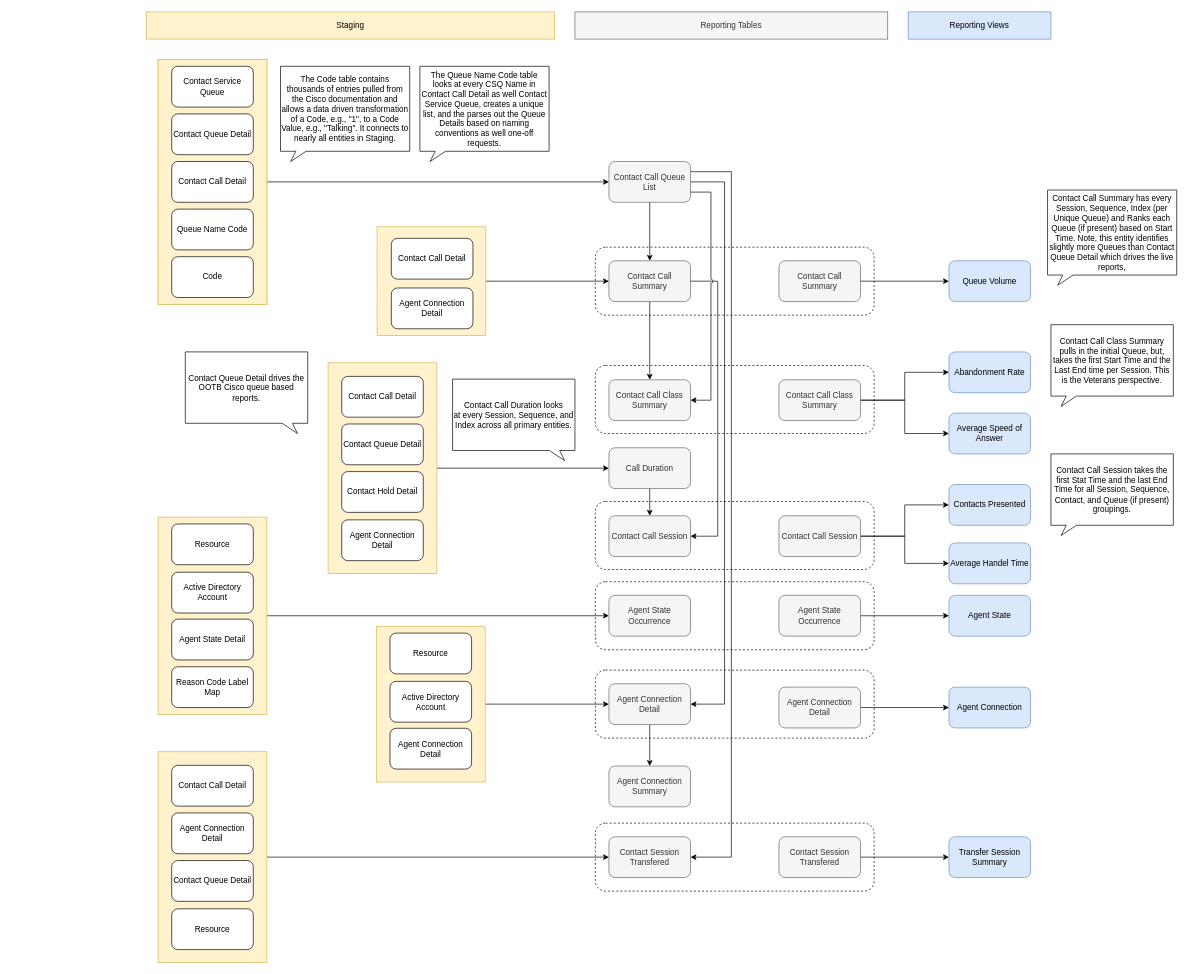
This is Department of Veteran Affairs/Data Lineage.drawio from dataacumen/da-architectural-diagrams, a draw.io file, before an edit. Source tidied: cells renumbered, new cells numbered last; positions are measured from the earlier drawing's top-left corner, leaving out a move shared by most shapes. Both pictures are drawn from the tidied source at 68%, with x=0, y=0 at pixel (146, 12).
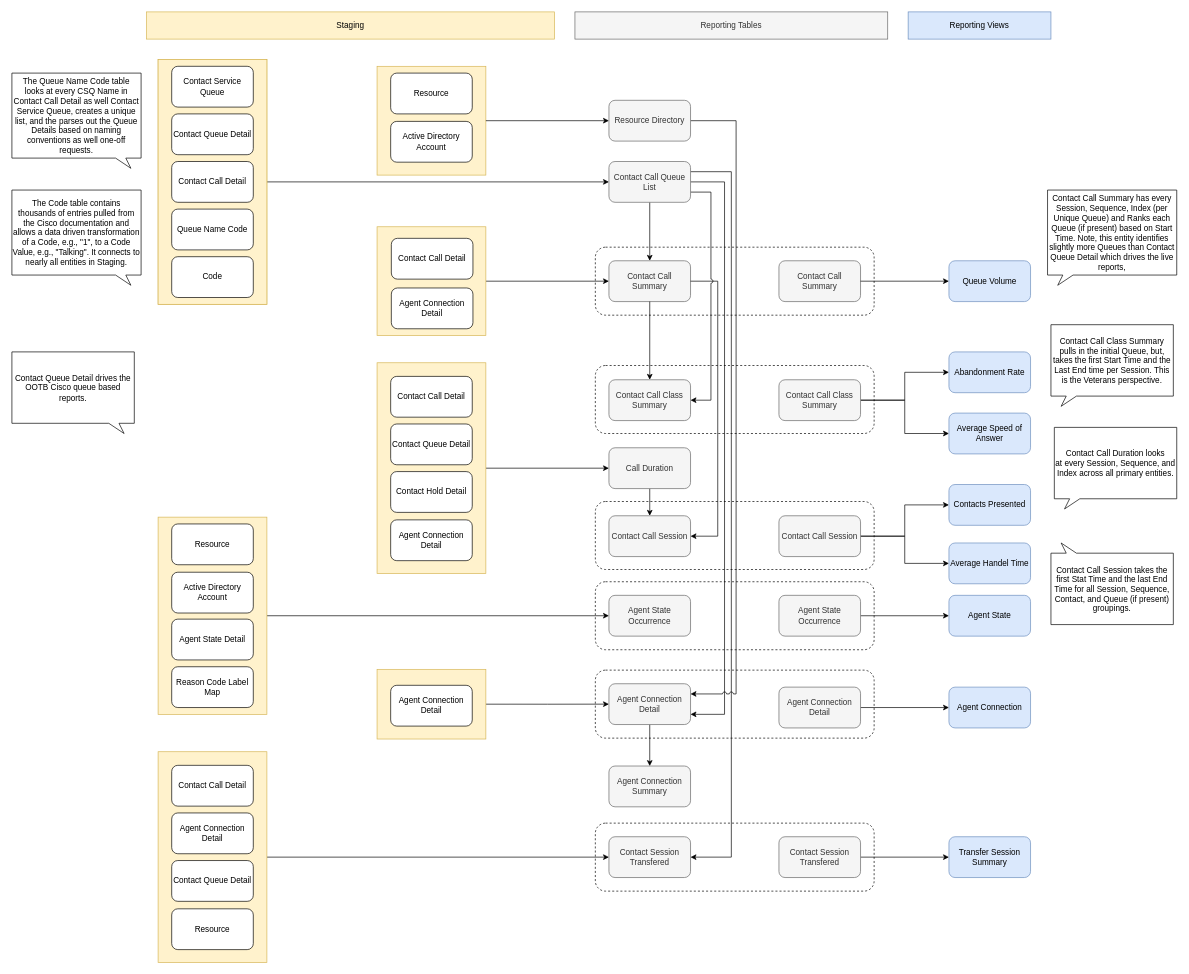
Above is the later version.

Unchanged cells that the change refers to:
```xml
<mxCell id="30" value="Contact Call Queue List" style="rounded=1;whiteSpace=wrap;html=1;fillColor=#f5f5f5;fontColor=#333333;strokeColor=#666666;" parent="1" vertex="1">
  <mxGeometry x="680" y="220" width="120" height="60" as="geometry" />
</mxCell>
<mxCell id="37" value="Agent Connection Detail" style="rounded=1;whiteSpace=wrap;html=1;fillColor=#f5f5f5;fontColor=#333333;strokeColor=#666666;" parent="1" vertex="1">
  <mxGeometry x="680" y="988" width="120" height="60" as="geometry" />
</mxCell>
```

The edit, as a diff of the source:
```diff
@@
-    <mxCell id="24" value="Contact Call Duration looks at&amp;nbsp;every Session, Sequence, and Index across all primary entities." style="whiteSpace=wrap;html=1;shape=mxgraph.basic.rectCallout;dx=30;dy=15;boundedLbl=1;flipH=1;" parent="1" vertex="1">
-      <mxGeometry x="450" y="540" width="180" height="120" as="geometry" />
+    <mxCell id="24" value="Contact Call Duration looks at&amp;nbsp;every Session, Sequence, and Index across all primary entities." style="whiteSpace=wrap;html=1;shape=mxgraph.basic.rectCallout;dx=30;dy=15;boundedLbl=1;flipH=0;flipV=0;" parent="1" vertex="1">
+      <mxGeometry x="1335" y="611" width="180" height="120" as="geometry" />
     </mxCell>
-    <mxCell id="25" value="The Code table contains thousands of entries pulled from the Cisco documentation and allows a data driven transformation of a Code, e.g., &quot;1&quot;, to a Code Value, e.g., &quot;Talking&quot;. It connects to nearly all entities in Staging." style="whiteSpace=wrap;html=1;shape=mxgraph.basic.rectCallout;dx=30;dy=15;boundedLbl=1;flipH=0;" parent="1" vertex="1">
-      <mxGeometry x="197" y="80" width="190" height="140" as="geometry" />
+    <mxCell id="25" value="The Code table contains thousands of entries pulled from the Cisco documentation and allows a data driven transformation of a Code, e.g., &quot;1&quot;, to a Code Value, e.g., &quot;Talking&quot;. It connects to nearly all entities in Staging." style="whiteSpace=wrap;html=1;shape=mxgraph.basic.rectCallout;dx=30;dy=15;boundedLbl=1;flipH=1;" parent="1" vertex="1">
+      <mxGeometry x="-198" y="262" width="190" height="140" as="geometry" />
     </mxCell>
@@
-    <mxCell id="28" style="edgeStyle=orthogonalEdgeStyle;rounded=0;jumpStyle=arc;jettySize=auto;html=1;exitX=1;exitY=0.5;exitDx=0;exitDy=0;entryX=1;entryY=0.5;entryDx=0;entryDy=0;" parent="1" edge="1" source="30" target="37">
+    <mxCell id="28" style="edgeStyle=orthogonalEdgeStyle;rounded=0;jumpStyle=arc;jettySize=auto;html=1;exitX=1;exitY=0.5;exitDx=0;exitDy=0;entryX=1;entryY=0.75;entryDx=0;entryDy=0;" parent="1" edge="1" source="30" target="37">
       <mxGeometry relative="1" as="geometry">
         <Array as="points">
           <mxPoint x="850" y="250" />
-          <mxPoint x="850" y="1018" />
+          <mxPoint x="850" y="1033" />
         </Array>
       </mxGeometry>
     </mxCell>
@@
-    <mxCell id="31" value="The Queue Name Code table looks at every CSQ Name in Contact Call Detail as well Contact Service Queue, creates a unique list, and the parses out the Queue Details based on naming conventions as well one-off requests." style="whiteSpace=wrap;html=1;shape=mxgraph.basic.rectCallout;dx=30;dy=15;boundedLbl=1;flipH=0;" parent="1" vertex="1">
-      <mxGeometry x="402" y="80" width="190" height="140" as="geometry" />
+    <mxCell id="31" value="The Queue Name Code table looks at every CSQ Name in Contact Call Detail as well Contact Service Queue, creates a unique list, and the parses out the Queue Details based on naming conventions as well one-off requests." style="whiteSpace=wrap;html=1;shape=mxgraph.basic.rectCallout;dx=30;dy=15;boundedLbl=1;flipH=1;flipV=0;" parent="1" vertex="1">
+      <mxGeometry x="-198" y="90" width="190" height="140" as="geometry" />
     </mxCell>
@@
-    <mxCell id="33" value="Contact Call Session takes the first Stat Time and the last End Time for all Session, Sequence, Contact, and Queue (if present) groupings." style="whiteSpace=wrap;html=1;shape=mxgraph.basic.rectCallout;dx=30;dy=15;boundedLbl=1;" parent="1" vertex="1">
-      <mxGeometry x="1330" y="650" width="180" height="120" as="geometry" />
+    <mxCell id="33" value="Contact Call Session takes the first Stat Time and the last End Time for all Session, Sequence, Contact, and Queue (if present) groupings." style="whiteSpace=wrap;html=1;shape=mxgraph.basic.rectCallout;dx=30;dy=15;boundedLbl=1;flipV=1;" parent="1" vertex="1">
+      <mxGeometry x="1330" y="781" width="180" height="120" as="geometry" />
     </mxCell>
@@
     <mxCell id="63" style="group;" parent="1" vertex="1">
-      <mxGeometry x="267" y="516" width="160" height="310" as="geometry" />
+      <mxGeometry x="339" y="516" width="160" height="310" as="geometry" />
     </mxCell>
@@
-    <mxCell id="75" style="group;" parent="1" vertex="1">
-      <mxGeometry x="338" y="903.5" width="160" height="229" as="geometry" />
-    </mxCell>
-    <mxCell id="76" style="rounded=0;whiteSpace=wrap;html=1;fillColor=#fff2cc;strokeColor=#d6b656;" parent="75" vertex="1">
-      <mxGeometry width="160" height="229" as="geometry" />
-    </mxCell>
-    <mxCell id="77" value="Agent Connection Detail" style="rounded=1;whiteSpace=wrap;html=1;" parent="75" vertex="1">
-      <mxGeometry x="20" y="150" width="120" height="60" as="geometry" />
-    </mxCell>
-    <mxCell id="78" value="Active Directory Account" style="rounded=1;whiteSpace=wrap;html=1;" parent="75" vertex="1">
-      <mxGeometry x="20" y="81" width="120" height="60" as="geometry" />
-    </mxCell>
-    <mxCell id="79" value="Resource" style="rounded=1;whiteSpace=wrap;html=1;" parent="75" vertex="1">
-      <mxGeometry x="20" y="10" width="120" height="60" as="geometry" />
-    </mxCell>
@@
     <mxCell id="98" value="Contact Queue Detail drives the OOTB Cisco queue based reports." style="whiteSpace=wrap;html=1;shape=mxgraph.basic.rectCallout;dx=30;dy=15;boundedLbl=1;flipH=1;" parent="1" vertex="1">
-      <mxGeometry x="57" y="500" width="180" height="120" as="geometry" />
+      <mxGeometry x="-198" y="500" width="180" height="120" as="geometry" />
     </mxCell>
+    <mxCell id="99" style="group;" parent="1" vertex="1">
+      <mxGeometry x="339" y="80" width="160" height="160" as="geometry" />
+    </mxCell>
+    <mxCell id="100" style="rounded=0;whiteSpace=wrap;html=1;fillColor=#fff2cc;strokeColor=#d6b656;" parent="99" vertex="1">
+      <mxGeometry width="160" height="160" as="geometry" />
+    </mxCell>
+    <mxCell id="78" value="Active Directory Account" style="rounded=1;whiteSpace=wrap;html=1;" parent="99" vertex="1">
+      <mxGeometry x="20" y="81" width="120" height="60" as="geometry" />
+    </mxCell>
+    <mxCell id="79" value="Resource" style="rounded=1;whiteSpace=wrap;html=1;" parent="99" vertex="1">
+      <mxGeometry x="20" y="10" width="120" height="60" as="geometry" />
+    </mxCell>
+    <mxCell id="101" style="edgeStyle=orthogonalEdgeStyle;rounded=0;jettySize=auto;html=1;exitX=1;exitY=0.5;exitDx=0;exitDy=0;entryX=1;entryY=0.25;entryDx=0;entryDy=0;jumpStyle=arc;" parent="1" edge="1" source="102" target="37">
+      <mxGeometry relative="1" as="geometry">
+        <Array as="points">
+          <mxPoint x="867" y="160" />
+          <mxPoint x="867" y="1003" />
+        </Array>
+      </mxGeometry>
+    </mxCell>
+    <mxCell id="102" value="Resource Directory" style="rounded=1;whiteSpace=wrap;html=1;fillColor=#f5f5f5;fontColor=#333333;strokeColor=#666666;" parent="1" vertex="1">
+      <mxGeometry x="680" y="130" width="120" height="60" as="geometry" />
+    </mxCell>
+    <mxCell id="103" style="edgeStyle=orthogonalEdgeStyle;rounded=0;jettySize=auto;html=1;exitX=1;exitY=0.5;exitDx=0;exitDy=0;entryX=0;entryY=0.5;entryDx=0;entryDy=0;" parent="1" edge="1" source="100" target="102">
+      <mxGeometry relative="1" as="geometry" />
+    </mxCell>
+    <mxCell id="104" style="group;" parent="1" vertex="1">
+      <mxGeometry x="339" y="966.8" width="160" height="102.5" as="geometry" />
+    </mxCell>
+    <mxCell id="76" style="rounded=0;whiteSpace=wrap;html=1;fillColor=#fff2cc;strokeColor=#d6b656;" parent="104" vertex="1">
+      <mxGeometry width="160" height="102.5" as="geometry" />
+    </mxCell>
+    <mxCell id="77" value="Agent Connection Detail" style="rounded=1;whiteSpace=wrap;html=1;" parent="104" vertex="1">
+      <mxGeometry x="20" y="23.5" width="120" height="60" as="geometry" />
+    </mxCell>
```
